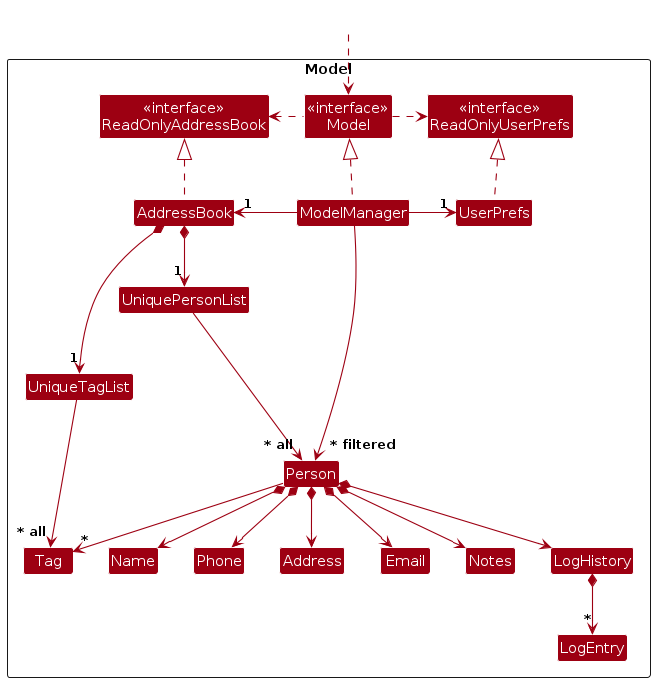
This is diagrams/ModelClassDiagram.png from AY2526S2-CS2103-F09-4/tp, a PlantUML export, as it was before one commit. Its source is kept beside it as diagrams/ModelClassDiagram.puml.
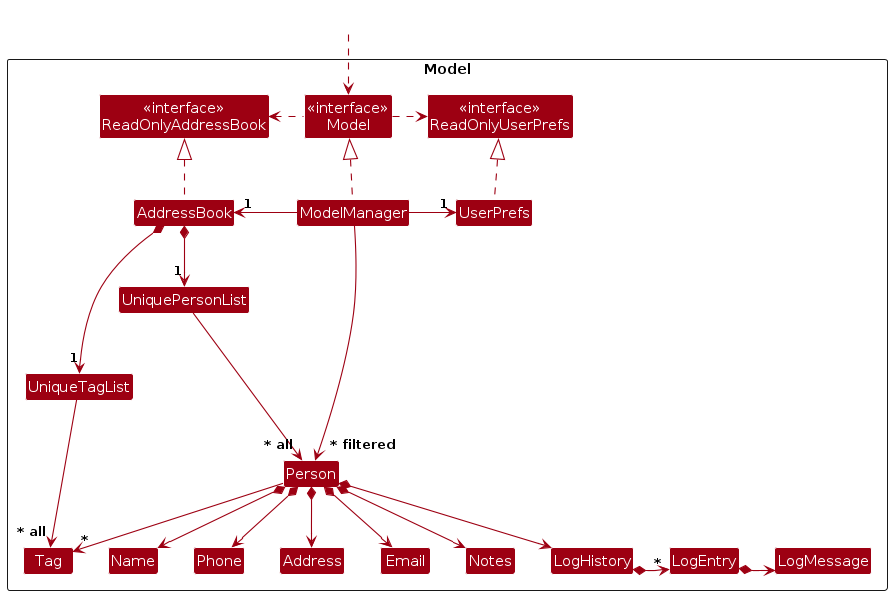
Later version of the same file.

Change to the diagram source:
```diff
@@ -23,6 +23,7 @@
 Class Notes
 Class LogHistory
 Class LogEntry
+Class LogMessage
 
 Class I #FFFFFF
 }
@@ -51,6 +52,7 @@
 Person *--> LogHistory
 Person --> "*" Tag
 LogHistory *--> "*" LogEntry
+LogEntry *--> LogMessage
 
 Person -[hidden]up--> I
 UniquePersonList -[hidden]right-> I
@@ -60,6 +62,8 @@
 Address -[hidden]right-> Email
 Email -[hidden]right-> Notes
 Notes -[hidden]right-> LogHistory
+LogHistory -[hidden]right-> LogEntry
+LogEntry -[hidden]right-> LogMessage
 
 ModelManager --> "~* filtered" Person
 @enduml
```
